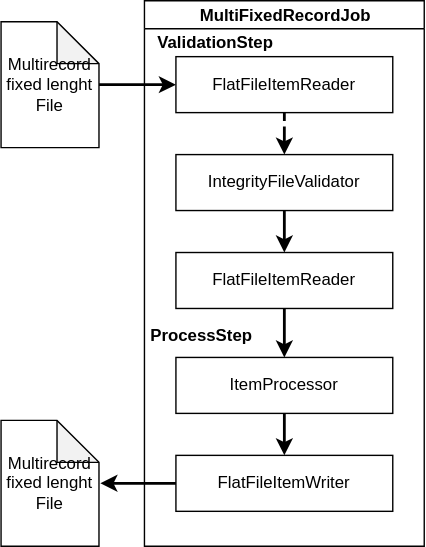
This is images/multiFixedRecordJob.svg from desprez/springbatch-patterns, a draw.io export, as it was before one commit. Source tidied: cells renumbered, new cells last; positions are measured from the earlier drawing's top-left corner, leaving out a move shared by most shapes. Source of this version:
```xml
<mxGraphModel>
  <root>
    <mxCell id="0" />
    <mxCell id="1" parent="0" />
    <mxCell id="2" style="edgeStyle=orthogonalEdgeStyle;rounded=0;jettySize=auto;html=1;strokeWidth=2;entryX=0;entryY=0.5;entryDx=0;entryDy=0;" parent="1" edge="1" source="3" target="15">
      <mxGeometry relative="1" as="geometry" />
    </mxCell>
    <mxCell id="3" value="&lt;div&gt;Multirecord&lt;/div&gt;&lt;div&gt;fixed lenght&lt;br&gt;&lt;/div&gt;&lt;div&gt;File&lt;br&gt;&lt;/div&gt;" style="shape=note;whiteSpace=wrap;html=1;backgroundOutline=1;darkOpacity=0.05;" parent="1" vertex="1">
      <mxGeometry y="15" width="70" height="90" as="geometry" />
    </mxCell>
    <mxCell id="4" value="&lt;div&gt;MultiFixedRecordJob&lt;/div&gt;" style="swimlane;html=1;startSize=20;horizontal=1;containerType=tree;labelPosition=center;verticalLabelPosition=middle;align=center;verticalAlign=bottom;" parent="1" vertex="1">
      <mxGeometry x="102.5" width="200" height="390" as="geometry" />
    </mxCell>
    <mxCell id="5" style="edgeStyle=elbowEdgeStyle;elbow=vertical;startArrow=none;endArrow=classic;rounded=0;strokeWidth=2;startFill=0;endFill=1;" parent="4" edge="1" source="6" target="9">
      <mxGeometry relative="1" as="geometry" />
    </mxCell>
    <mxCell id="6" value="FlatFileItemReader" style="whiteSpace=wrap;html=1;newEdgeStyle={&quot;edgeStyle&quot;:&quot;elbowEdgeStyle&quot;,&quot;startArrow&quot;:&quot;none&quot;,&quot;endArrow&quot;:&quot;none&quot;};" parent="4" vertex="1">
      <mxGeometry x="22.5" y="180" width="155" height="40" as="geometry" />
    </mxCell>
    <mxCell id="7" value="FlatFileItemWriter" style="whiteSpace=wrap;html=1;newEdgeStyle={&quot;edgeStyle&quot;:&quot;elbowEdgeStyle&quot;,&quot;startArrow&quot;:&quot;none&quot;,&quot;endArrow&quot;:&quot;none&quot;};" parent="4" vertex="1">
      <mxGeometry x="22.5" y="325" width="155" height="40" as="geometry" />
    </mxCell>
    <mxCell id="8" style="edgeStyle=elbowEdgeStyle;elbow=vertical;startArrow=none;endArrow=classic;rounded=0;endFill=1;strokeWidth=2;" parent="4" edge="1" source="9" target="7">
      <mxGeometry relative="1" as="geometry" />
    </mxCell>
    <mxCell id="9" value="ItemProcessor" style="whiteSpace=wrap;html=1;newEdgeStyle={&quot;edgeStyle&quot;:&quot;elbowEdgeStyle&quot;,&quot;startArrow&quot;:&quot;none&quot;,&quot;endArrow&quot;:&quot;none&quot;};" parent="4" vertex="1">
      <mxGeometry x="22.5" y="255" width="155" height="40" as="geometry" />
    </mxCell>
    <mxCell id="10" value="ProcessStep" style="text;html=1;align=center;verticalAlign=middle;fontStyle=1;" parent="4" vertex="1">
      <mxGeometry x="-5" y="230" width="90" height="20" as="geometry" />
    </mxCell>
    <mxCell id="11" value="ValidationStep" style="text;html=1;align=center;verticalAlign=middle;fontStyle=1;" parent="4" vertex="1">
      <mxGeometry y="20" width="100" height="20" as="geometry" />
    </mxCell>
    <mxCell id="12" style="edgeStyle=orthogonalEdgeStyle;rounded=0;jettySize=auto;html=1;strokeWidth=2;" parent="4" edge="1" source="13" target="6">
      <mxGeometry relative="1" as="geometry" />
    </mxCell>
    <mxCell id="13" value="IntegrityFileValidator" style="whiteSpace=wrap;html=1;newEdgeStyle={&quot;edgeStyle&quot;:&quot;elbowEdgeStyle&quot;,&quot;startArrow&quot;:&quot;none&quot;,&quot;endArrow&quot;:&quot;none&quot;};" parent="4" vertex="1">
      <mxGeometry x="22.5" y="110" width="155" height="40" as="geometry" />
    </mxCell>
    <mxCell id="14" style="edgeStyle=orthogonalEdgeStyle;rounded=0;jettySize=auto;html=1;dashed=1;strokeWidth=2;" parent="4" edge="1" source="15" target="13">
      <mxGeometry relative="1" as="geometry" />
    </mxCell>
    <mxCell id="15" value="FlatFileItemReader" style="whiteSpace=wrap;html=1;newEdgeStyle={&quot;edgeStyle&quot;:&quot;elbowEdgeStyle&quot;,&quot;startArrow&quot;:&quot;none&quot;,&quot;endArrow&quot;:&quot;none&quot;};" parent="4" vertex="1">
      <mxGeometry x="22.5" y="40" width="155" height="40" as="geometry" />
    </mxCell>
    <mxCell id="16" value="&lt;div&gt;Multirecord&lt;/div&gt;&lt;div&gt;fixed lenght&lt;br&gt;&lt;/div&gt;&lt;div&gt;File&lt;br&gt;&lt;/div&gt;" style="shape=note;whiteSpace=wrap;html=1;backgroundOutline=1;darkOpacity=0.05;" parent="1" vertex="1">
      <mxGeometry y="300" width="70" height="90" as="geometry" />
    </mxCell>
    <mxCell id="17" style="edgeStyle=orthogonalEdgeStyle;rounded=0;jettySize=auto;html=1;entryX=1.014;entryY=0.5;entryDx=0;entryDy=0;entryPerimeter=0;strokeWidth=2;exitX=0;exitY=0.5;exitDx=0;exitDy=0;" parent="1" edge="1" source="7" target="16">
      <mxGeometry relative="1" as="geometry" />
    </mxCell>
  </root>
</mxGraphModel>
```
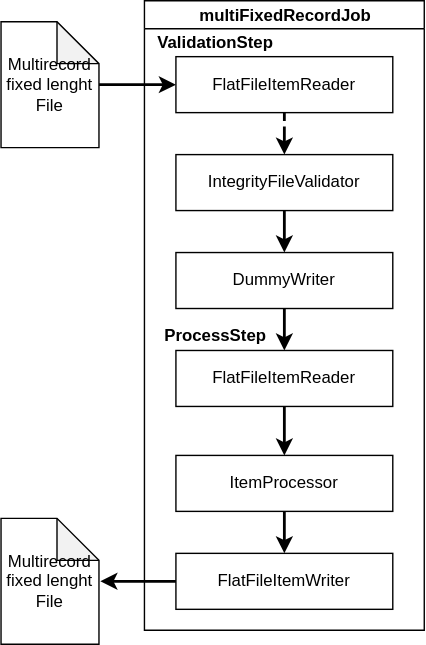
After the change.

Diff of the diagram source:
```diff
@@ -8,31 +8,31 @@
     <mxCell id="3" value="&lt;div&gt;Multirecord&lt;/div&gt;&lt;div&gt;fixed lenght&lt;br&gt;&lt;/div&gt;&lt;div&gt;File&lt;br&gt;&lt;/div&gt;" style="shape=note;whiteSpace=wrap;html=1;backgroundOutline=1;darkOpacity=0.05;" parent="1" vertex="1">
       <mxGeometry y="15" width="70" height="90" as="geometry" />
     </mxCell>
-    <mxCell id="4" value="&lt;div&gt;MultiFixedRecordJob&lt;/div&gt;" style="swimlane;html=1;startSize=20;horizontal=1;containerType=tree;labelPosition=center;verticalLabelPosition=middle;align=center;verticalAlign=bottom;" parent="1" vertex="1">
-      <mxGeometry x="102.5" width="200" height="390" as="geometry" />
+    <mxCell id="4" value="&lt;div&gt;multiFixedRecordJob&lt;/div&gt;" style="swimlane;html=1;startSize=20;horizontal=1;containerType=tree;labelPosition=center;verticalLabelPosition=middle;align=center;verticalAlign=bottom;" parent="1" vertex="1">
+      <mxGeometry x="102.5" width="200" height="450" as="geometry" />
     </mxCell>
     <mxCell id="5" style="edgeStyle=elbowEdgeStyle;elbow=vertical;startArrow=none;endArrow=classic;rounded=0;strokeWidth=2;startFill=0;endFill=1;" parent="4" edge="1" source="6" target="9">
       <mxGeometry relative="1" as="geometry" />
     </mxCell>
     <mxCell id="6" value="FlatFileItemReader" style="whiteSpace=wrap;html=1;newEdgeStyle={&quot;edgeStyle&quot;:&quot;elbowEdgeStyle&quot;,&quot;startArrow&quot;:&quot;none&quot;,&quot;endArrow&quot;:&quot;none&quot;};" parent="4" vertex="1">
-      <mxGeometry x="22.5" y="180" width="155" height="40" as="geometry" />
+      <mxGeometry x="22.5" y="250" width="155" height="40" as="geometry" />
     </mxCell>
     <mxCell id="7" value="FlatFileItemWriter" style="whiteSpace=wrap;html=1;newEdgeStyle={&quot;edgeStyle&quot;:&quot;elbowEdgeStyle&quot;,&quot;startArrow&quot;:&quot;none&quot;,&quot;endArrow&quot;:&quot;none&quot;};" parent="4" vertex="1">
-      <mxGeometry x="22.5" y="325" width="155" height="40" as="geometry" />
+      <mxGeometry x="22.5" y="395" width="155" height="40" as="geometry" />
     </mxCell>
     <mxCell id="8" style="edgeStyle=elbowEdgeStyle;elbow=vertical;startArrow=none;endArrow=classic;rounded=0;endFill=1;strokeWidth=2;" parent="4" edge="1" source="9" target="7">
       <mxGeometry relative="1" as="geometry" />
     </mxCell>
     <mxCell id="9" value="ItemProcessor" style="whiteSpace=wrap;html=1;newEdgeStyle={&quot;edgeStyle&quot;:&quot;elbowEdgeStyle&quot;,&quot;startArrow&quot;:&quot;none&quot;,&quot;endArrow&quot;:&quot;none&quot;};" parent="4" vertex="1">
-      <mxGeometry x="22.5" y="255" width="155" height="40" as="geometry" />
+      <mxGeometry x="22.5" y="325" width="155" height="40" as="geometry" />
     </mxCell>
     <mxCell id="10" value="ProcessStep" style="text;html=1;align=center;verticalAlign=middle;fontStyle=1;" parent="4" vertex="1">
-      <mxGeometry x="-5" y="230" width="90" height="20" as="geometry" />
+      <mxGeometry x="5" y="230" width="90" height="20" as="geometry" />
     </mxCell>
     <mxCell id="11" value="ValidationStep" style="text;html=1;align=center;verticalAlign=middle;fontStyle=1;" parent="4" vertex="1">
       <mxGeometry y="20" width="100" height="20" as="geometry" />
     </mxCell>
-    <mxCell id="12" style="edgeStyle=orthogonalEdgeStyle;rounded=0;jettySize=auto;html=1;strokeWidth=2;" parent="4" edge="1" source="13" target="6">
+    <mxCell id="12" style="edgeStyle=orthogonalEdgeStyle;rounded=0;jettySize=auto;html=1;strokeWidth=2;entryX=0.5;entryY=0;entryDx=0;entryDy=0;" parent="4" edge="1" source="13" target="17">
       <mxGeometry relative="1" as="geometry" />
     </mxCell>
     <mxCell id="13" value="IntegrityFileValidator" style="whiteSpace=wrap;html=1;newEdgeStyle={&quot;edgeStyle&quot;:&quot;elbowEdgeStyle&quot;,&quot;startArrow&quot;:&quot;none&quot;,&quot;endArrow&quot;:&quot;none&quot;};" parent="4" vertex="1">
@@ -44,11 +44,17 @@
     <mxCell id="15" value="FlatFileItemReader" style="whiteSpace=wrap;html=1;newEdgeStyle={&quot;edgeStyle&quot;:&quot;elbowEdgeStyle&quot;,&quot;startArrow&quot;:&quot;none&quot;,&quot;endArrow&quot;:&quot;none&quot;};" parent="4" vertex="1">
       <mxGeometry x="22.5" y="40" width="155" height="40" as="geometry" />
     </mxCell>
-    <mxCell id="16" value="&lt;div&gt;Multirecord&lt;/div&gt;&lt;div&gt;fixed lenght&lt;br&gt;&lt;/div&gt;&lt;div&gt;File&lt;br&gt;&lt;/div&gt;" style="shape=note;whiteSpace=wrap;html=1;backgroundOutline=1;darkOpacity=0.05;" parent="1" vertex="1">
-      <mxGeometry y="300" width="70" height="90" as="geometry" />
+    <mxCell id="16" style="edgeStyle=orthogonalEdgeStyle;rounded=0;jettySize=auto;html=1;strokeWidth=2;" parent="4" edge="1" source="17" target="6">
+      <mxGeometry relative="1" as="geometry" />
     </mxCell>
-    <mxCell id="17" style="edgeStyle=orthogonalEdgeStyle;rounded=0;jettySize=auto;html=1;entryX=1.014;entryY=0.5;entryDx=0;entryDy=0;entryPerimeter=0;strokeWidth=2;exitX=0;exitY=0.5;exitDx=0;exitDy=0;" parent="1" edge="1" source="7" target="16">
-      <mxGeometry relative="1" as="geometry" />
+    <mxCell id="17" value="DummyWriter" style="whiteSpace=wrap;html=1;newEdgeStyle={&quot;edgeStyle&quot;:&quot;elbowEdgeStyle&quot;,&quot;startArrow&quot;:&quot;none&quot;,&quot;endArrow&quot;:&quot;none&quot;};" parent="4" vertex="1">
+      <mxGeometry x="22.5" y="180" width="155" height="40" as="geometry" />
     </mxCell>
+    <mxCell id="18" value="&lt;div&gt;Multirecord&lt;/div&gt;&lt;div&gt;fixed lenght&lt;br&gt;&lt;/div&gt;&lt;div&gt;File&lt;br&gt;&lt;/div&gt;" style="shape=note;whiteSpace=wrap;html=1;backgroundOutline=1;darkOpacity=0.05;" parent="1" vertex="1">
+      <mxGeometry y="370" width="70" height="90" as="geometry" />
+    </mxCell>
+    <mxCell id="19" style="edgeStyle=orthogonalEdgeStyle;rounded=0;jettySize=auto;html=1;entryX=1.014;entryY=0.5;entryDx=0;entryDy=0;entryPerimeter=0;strokeWidth=2;exitX=0;exitY=0.5;exitDx=0;exitDy=0;" parent="1" edge="1" source="7" target="18">
+      <mxGeometry relative="1" as="geometry" />
+    </mxCell>
   </root>
 </mxGraphModel>
```
